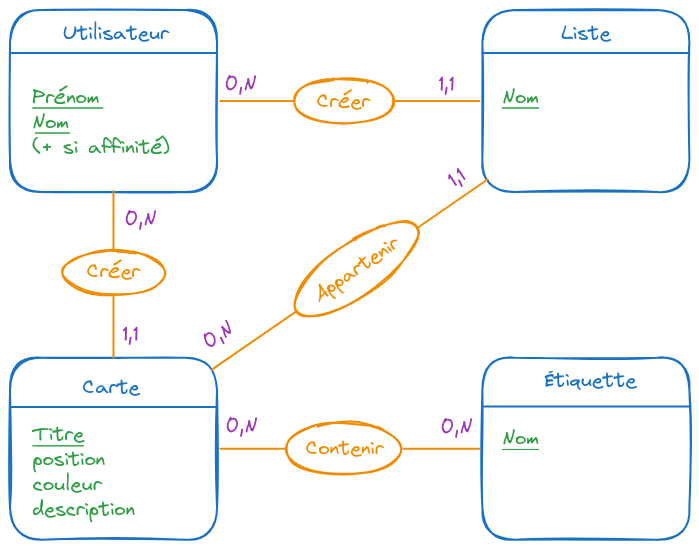
yin-lo/Okanban-API keeps this Excalidraw diagram as MCD.excalidraw.png. Above is the earlier version. Source tidied: one line per element, renumbered; positions are measured from the earlier drawing's top-left corner, leaving out a move shared by most shapes.
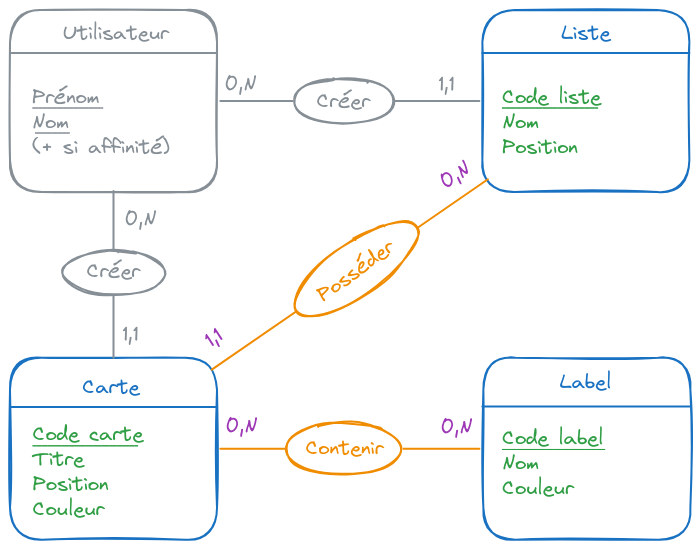
The same file after the commit.

Commit message:
correction MCD

The edit, as a diff of the source:
```diff
@@ -1,41 +1,41 @@
-{"id": 0, "type": "rectangle", "strokeColor": "#1971c2", "strokeWidth": 2, "roughness": 1, "round": true, "x": 0, "y": 0, "width": 207, "height": 182}
+{"id": 0, "type": "rectangle", "strokeColor": "#868e96", "strokeWidth": 2, "roughness": 1, "round": true, "x": 0, "y": 0, "width": 207, "height": 182}
-{"id": 1, "type": "line", "strokeColor": "#1971c2", "strokeWidth": 2, "roughness": 0, "round": true, "x": 0, "y": 43, "width": 207, "height": 0, "points": [[0, 0], [207, 0]]}
+{"id": 1, "type": "line", "strokeColor": "#868e96", "strokeWidth": 2, "roughness": 0, "round": true, "x": 0, "y": 43, "width": 207, "height": 0, "points": [[0, 0], [207, 0]]}
-{"id": 2, "type": "text", "text": "Utilisateur", "strokeColor": "#1971c2", "strokeWidth": 2, "roughness": 1, "fontSize": 20, "fontFamily": 1, "textAlign": "center", "x": 53, "y": 11, "width": 106, "height": 25}
+{"id": 2, "type": "text", "text": "Utilisateur", "strokeColor": "#868e96", "strokeWidth": 2, "roughness": 1, "fontSize": 20, "fontFamily": 1, "textAlign": "center", "x": 53, "y": 11, "width": 106, "height": 25}
-{"id": 3, "type": "text", "text": "Prénom\nNom\n(+ si affinité)", "strokeColor": "#2f9e44", "strokeWidth": 2, "roughness": 1, "fontSize": 20, "fontFamily": 1, "x": 22, "y": 75, "width": 137, "height": 75}
+{"id": 3, "type": "text", "text": "Prénom\nNom\n(+ si affinité)", "strokeColor": "#868e96", "strokeWidth": 2, "roughness": 1, "fontSize": 20, "fontFamily": 1, "x": 22, "y": 75, "width": 137, "height": 75}
-{"id": 4, "type": "line", "strokeColor": "#2f9e44", "strokeWidth": 1, "roughness": 0, "round": true, "x": 93, "y": 98, "width": 70, "height": 0, "points": [[0, 0], [-70, 0]]}
+{"id": 4, "type": "line", "strokeColor": "#868e96", "strokeWidth": 1, "roughness": 0, "round": true, "x": 93, "y": 98, "width": 70, "height": 0, "points": [[0, 0], [-70, 0]]}
-{"id": 5, "type": "line", "strokeColor": "#2f9e44", "strokeWidth": 1, "roughness": 0, "round": true, "x": 59, "y": 123, "width": 34, "height": 0, "points": [[0, 0], [-34, 0]]}
+{"id": 5, "type": "line", "strokeColor": "#868e96", "strokeWidth": 1, "roughness": 0, "round": true, "x": 59, "y": 123, "width": 34, "height": 0, "points": [[0, 0], [-34, 0]]}
 {"id": 6, "type": "rectangle", "strokeColor": "#1971c2", "strokeWidth": 2, "roughness": 1, "round": true, "x": 472, "y": 0, "width": 207, "height": 182}
 {"id": 7, "type": "line", "strokeColor": "#1971c2", "strokeWidth": 2, "roughness": 0, "round": true, "x": 472, "y": 43, "width": 207, "height": 0, "points": [[0, 0], [207, 0]]}
 {"id": 8, "type": "text", "text": "Liste", "strokeColor": "#1971c2", "strokeWidth": 2, "roughness": 1, "fontSize": 20, "fontFamily": 1, "textAlign": "center", "x": 551, "y": 11, "width": 49, "height": 25}
-{"id": 9, "type": "text", "text": "Nom", "strokeColor": "#2f9e44", "strokeWidth": 2, "roughness": 1, "fontSize": 20, "fontFamily": 1, "x": 492, "y": 75, "width": 37, "height": 25}
+{"id": 9, "type": "text", "text": "Code liste\nNom\nPosition", "strokeColor": "#2f9e44", "strokeWidth": 2, "roughness": 1, "fontSize": 20, "fontFamily": 1, "x": 492, "y": 75, "width": 99, "height": 75}
-{"id": 10, "type": "line", "strokeColor": "#2f9e44", "strokeWidth": 1, "roughness": 0, "round": true, "x": 529, "y": 98, "width": 36, "height": 0, "points": [[0, 0], [-36, 0]]}
+{"id": 10, "type": "line", "strokeColor": "#2f9e44", "strokeWidth": 1, "roughness": 0, "round": true, "x": 588, "y": 98, "width": 95, "height": 0, "points": [[0, 0], [-95, 0]]}
-{"id": 11, "type": "line", "strokeColor": "#f08c00", "strokeWidth": 2, "roughness": 0, "round": true, "x": 210, "y": 91, "width": 259, "height": 0, "points": [[0, 0], [259, 0]]}
+{"id": 11, "type": "line", "strokeColor": "#868e96", "strokeWidth": 2, "roughness": 0, "round": true, "x": 210, "y": 91, "width": 259, "height": 0, "points": [[0, 0], [259, 0]]}
-{"id": 12, "type": "ellipse", "strokeColor": "#f08c00", "backgroundColor": "#ffffff", "fillStyle": "solid", "strokeWidth": 2, "roughness": 1, "round": true, "x": 283, "y": 69, "width": 100, "height": 45}
+{"id": 12, "type": "ellipse", "strokeColor": "#868e96", "backgroundColor": "#ffffff", "fillStyle": "solid", "strokeWidth": 2, "roughness": 1, "round": true, "x": 283, "y": 69, "width": 100, "height": 45}
-{"id": 13, "type": "text", "text": "Créer", "strokeColor": "#f08c00", "backgroundColor": "#ffffff", "fillStyle": "solid", "strokeWidth": 2, "roughness": 1, "fontSize": 20, "fontFamily": 1, "x": 307, "y": 78, "width": 53, "height": 25}
+{"id": 13, "type": "text", "text": "Créer", "strokeColor": "#868e96", "backgroundColor": "#ffffff", "fillStyle": "solid", "strokeWidth": 2, "roughness": 1, "fontSize": 20, "fontFamily": 1, "x": 307, "y": 78, "width": 53, "height": 25}
 {"id": 14, "type": "rectangle", "strokeColor": "#1971c2", "strokeWidth": 2, "roughness": 1, "round": true, "x": 0, "y": 348, "width": 207, "height": 182}
 {"id": 15, "type": "line", "strokeColor": "#1971c2", "strokeWidth": 2, "roughness": 0, "round": true, "x": 0, "y": 397, "width": 207, "height": 0, "points": [[0, 0], [207, 0]]}
 {"id": 16, "type": "text", "text": "Carte", "strokeColor": "#1971c2", "strokeWidth": 2, "roughness": 1, "fontSize": 20, "fontFamily": 1, "textAlign": "center", "x": 73, "y": 365, "width": 57, "height": 25}
-{"id": 17, "type": "text", "text": "Titre\nposition\ncouleur\ndescription", "strokeColor": "#2f9e44", "strokeWidth": 2, "roughness": 1, "fontSize": 20, "fontFamily": 1, "x": 23, "y": 412, "width": 102, "height": 100}
+{"id": 17, "type": "text", "text": "Code carte\nTitre\nPosition\nCouleur", "strokeColor": "#2f9e44", "strokeWidth": 2, "roughness": 1, "fontSize": 20, "fontFamily": 1, "x": 23, "y": 412, "width": 110, "height": 100}
-{"id": 18, "type": "line", "strokeColor": "#2f9e44", "strokeWidth": 1, "roughness": 0, "round": true, "x": 73, "y": 436, "width": 50, "height": 0, "points": [[0, 0], [-50, 0]]}
+{"id": 18, "type": "line", "strokeColor": "#2f9e44", "strokeWidth": 1, "roughness": 0, "round": true, "x": 128, "y": 436, "width": 105, "height": 0, "points": [[0, 0], [-105, 0]]}
-{"id": 19, "type": "line", "strokeColor": "#f08c00", "strokeWidth": 2, "roughness": 0, "round": true, "x": 104, "y": 181, "width": 0, "height": 167, "points": [[0, 0], [0, 167]]}
+{"id": 19, "type": "line", "strokeColor": "#868e96", "strokeWidth": 2, "roughness": 0, "round": true, "x": 104, "y": 181, "width": 0, "height": 167, "points": [[0, 0], [0, 167]]}
-{"id": 20, "type": "ellipse", "strokeColor": "#f08c00", "backgroundColor": "#ffffff", "fillStyle": "solid", "strokeWidth": 2, "roughness": 1, "round": true, "x": 53, "y": 241, "width": 102, "height": 44}
+{"id": 20, "type": "ellipse", "strokeColor": "#868e96", "backgroundColor": "#ffffff", "fillStyle": "solid", "strokeWidth": 2, "roughness": 1, "round": true, "x": 53, "y": 241, "width": 102, "height": 44}
-{"id": 21, "type": "text", "text": "Créer", "strokeColor": "#f08c00", "backgroundColor": "#ffffff", "fillStyle": "solid", "strokeWidth": 2, "roughness": 1, "fontSize": 20, "fontFamily": 1, "x": 77, "y": 249, "width": 53, "height": 25}
+{"id": 21, "type": "text", "text": "Créer", "strokeColor": "#868e96", "backgroundColor": "#ffffff", "fillStyle": "solid", "strokeWidth": 2, "roughness": 1, "fontSize": 20, "fontFamily": 1, "x": 77, "y": 249, "width": 53, "height": 25}
 {"id": 22, "type": "line", "strokeColor": "#f08c00", "strokeWidth": 2, "roughness": 0, "round": true, "x": 478, "y": 169, "width": 276, "height": 190, "points": [[0, 0], [-276, 190]]}
 {"id": 23, "type": "ellipse", "strokeColor": "#f08c00", "angle": 5.68, "backgroundColor": "#ffffff", "fillStyle": "solid", "strokeWidth": 2, "roughness": 1, "round": true, "x": 273, "y": 233, "width": 146, "height": 52}
-{"id": 24, "type": "text", "text": "Appartenir", "strokeColor": "#f08c00", "angle": 5.68, "backgroundColor": "#ffffff", "fillStyle": "solid", "strokeWidth": 2, "roughness": 1, "fontSize": 20, "fontFamily": 1, "x": 296, "y": 246, "width": 99, "height": 25}
+{"id": 24, "type": "text", "text": "Posséder", "strokeColor": "#f08c00", "angle": 5.65, "backgroundColor": "#ffffff", "fillStyle": "solid", "strokeWidth": 2, "roughness": 1, "fontSize": 20, "fontFamily": 1, "x": 301, "y": 248, "width": 89, "height": 25}
-{"id": 25, "type": "rectangle", "strokeColor": "#1971c2", "strokeWidth": 2, "roughness": 1, "round": true, "x": 472, "y": 348, "width": 207, "height": 182}
+{"id": 25, "type": "rectangle", "strokeColor": "#1971c2", "strokeWidth": 2, "roughness": 1, "round": true, "x": 473, "y": 348, "width": 207, "height": 182}
 {"id": 26, "type": "line", "strokeColor": "#1971c2", "strokeWidth": 2, "roughness": 0, "round": true, "x": 472, "y": 396, "width": 207, "height": 0, "points": [[0, 0], [207, 0]]}
-{"id": 27, "type": "text", "text": "Étiquette", "strokeColor": "#1971c2", "strokeWidth": 2, "roughness": 1, "fontSize": 20, "fontFamily": 1, "textAlign": "center", "x": 535, "y": 358, "width": 92, "height": 25}
+{"id": 27, "type": "text", "text": "Label", "strokeColor": "#1971c2", "strokeWidth": 2, "roughness": 1, "fontSize": 20, "fontFamily": 1, "textAlign": "center", "x": 550, "y": 360, "width": 52, "height": 25}
-{"id": 28, "type": "text", "text": "Nom", "strokeColor": "#2f9e44", "strokeWidth": 2, "roughness": 1, "fontSize": 20, "fontFamily": 1, "x": 492, "y": 416, "width": 37, "height": 25}
+{"id": 28, "type": "text", "text": "Code label\nNom\nCouleur", "strokeColor": "#2f9e44", "strokeWidth": 2, "roughness": 1, "fontSize": 20, "fontFamily": 1, "x": 492, "y": 416, "width": 101, "height": 75}
-{"id": 29, "type": "line", "strokeColor": "#2f9e44", "strokeWidth": 1, "roughness": 0, "round": true, "x": 529, "y": 439, "width": 36, "height": 0, "points": [[0, 0], [-36, 0]]}
+{"id": 29, "type": "line", "strokeColor": "#2f9e44", "strokeWidth": 1, "roughness": 0, "round": true, "x": 595, "y": 439, "width": 102, "height": 0, "points": [[0, 0], [-102, 0]]}
 {"id": 30, "type": "line", "strokeColor": "#f08c00", "strokeWidth": 2, "roughness": 0, "round": true, "x": 210, "y": 439, "width": 259, "height": 0, "points": [[0, 0], [259, 0]]}
 {"id": 31, "type": "ellipse", "strokeColor": "#f08c00", "backgroundColor": "#ffffff", "fillStyle": "solid", "strokeWidth": 2, "roughness": 1, "round": true, "x": 275, "y": 413, "width": 116, "height": 52}
 {"id": 32, "type": "text", "text": "Contenir", "strokeColor": "#f08c00", "backgroundColor": "#ffffff", "fillStyle": "solid", "strokeWidth": 2, "roughness": 1, "fontSize": 20, "fontFamily": 1, "x": 296, "y": 426, "width": 78, "height": 25}
-{"id": 33, "type": "text", "text": "0,N", "strokeColor": "#9c36b5", "strokeWidth": 2, "roughness": 1, "fontSize": 20, "fontFamily": 1, "x": 215, "y": 62, "width": 32, "height": 25}
+{"id": 33, "type": "text", "text": "0,N", "strokeColor": "#868e96", "strokeWidth": 2, "roughness": 1, "fontSize": 20, "fontFamily": 1, "x": 215, "y": 62, "width": 32, "height": 25}
-{"id": 34, "type": "text", "text": "1,1", "strokeColor": "#9c36b5", "strokeWidth": 2, "roughness": 1, "fontSize": 20, "fontFamily": 1, "x": 429, "y": 62, "width": 16, "height": 25}
+{"id": 34, "type": "text", "text": "1,1", "strokeColor": "#868e96", "strokeWidth": 2, "roughness": 1, "fontSize": 20, "fontFamily": 1, "x": 429, "y": 62, "width": 16, "height": 25}
-{"id": 35, "type": "text", "text": "0,N", "strokeColor": "#9c36b5", "strokeWidth": 2, "roughness": 1, "fontSize": 20, "fontFamily": 1, "x": 115, "y": 197, "width": 32, "height": 25}
+{"id": 35, "type": "text", "text": "0,N", "strokeColor": "#868e96", "strokeWidth": 2, "roughness": 1, "fontSize": 20, "fontFamily": 1, "x": 115, "y": 197, "width": 32, "height": 25}
-{"id": 36, "type": "text", "text": "1,1", "strokeColor": "#9c36b5", "strokeWidth": 2, "roughness": 1, "fontSize": 20, "fontFamily": 1, "x": 113, "y": 312, "width": 16, "height": 25}
+{"id": 36, "type": "text", "text": "1,1", "strokeColor": "#868e96", "strokeWidth": 2, "roughness": 1, "fontSize": 20, "fontFamily": 1, "x": 113, "y": 312, "width": 16, "height": 25}
-{"id": 37, "type": "text", "text": "0,N", "strokeColor": "#9c36b5", "angle": 5.67, "strokeWidth": 2, "roughness": 1, "fontSize": 20, "fontFamily": 1, "x": 193, "y": 313, "width": 32, "height": 25}
+{"id": 37, "type": "text", "text": "0,N", "strokeColor": "#9c36b5", "angle": 5.67, "strokeWidth": 2, "roughness": 1, "fontSize": 20, "fontFamily": 1, "x": 430, "y": 153, "width": 32, "height": 25}
-{"id": 38, "type": "text", "text": "1,1", "strokeColor": "#9c36b5", "angle": 5.67, "strokeWidth": 2, "roughness": 1, "fontSize": 20, "fontFamily": 1, "x": 439, "y": 155, "width": 16, "height": 25}
+{"id": 38, "type": "text", "text": "1,1", "strokeColor": "#9c36b5", "angle": 5.67, "strokeWidth": 2, "roughness": 1, "fontSize": 20, "fontFamily": 1, "x": 196, "y": 315, "width": 16, "height": 25}
 {"id": 39, "type": "text", "text": "0,N", "strokeColor": "#9c36b5", "strokeWidth": 2, "roughness": 1, "fontSize": 20, "fontFamily": 1, "x": 216, "y": 404, "width": 32, "height": 25}
 {"id": 40, "type": "text", "text": "0,N", "strokeColor": "#9c36b5", "strokeWidth": 2, "roughness": 1, "fontSize": 20, "fontFamily": 1, "x": 431, "y": 405, "width": 32, "height": 25}
```
